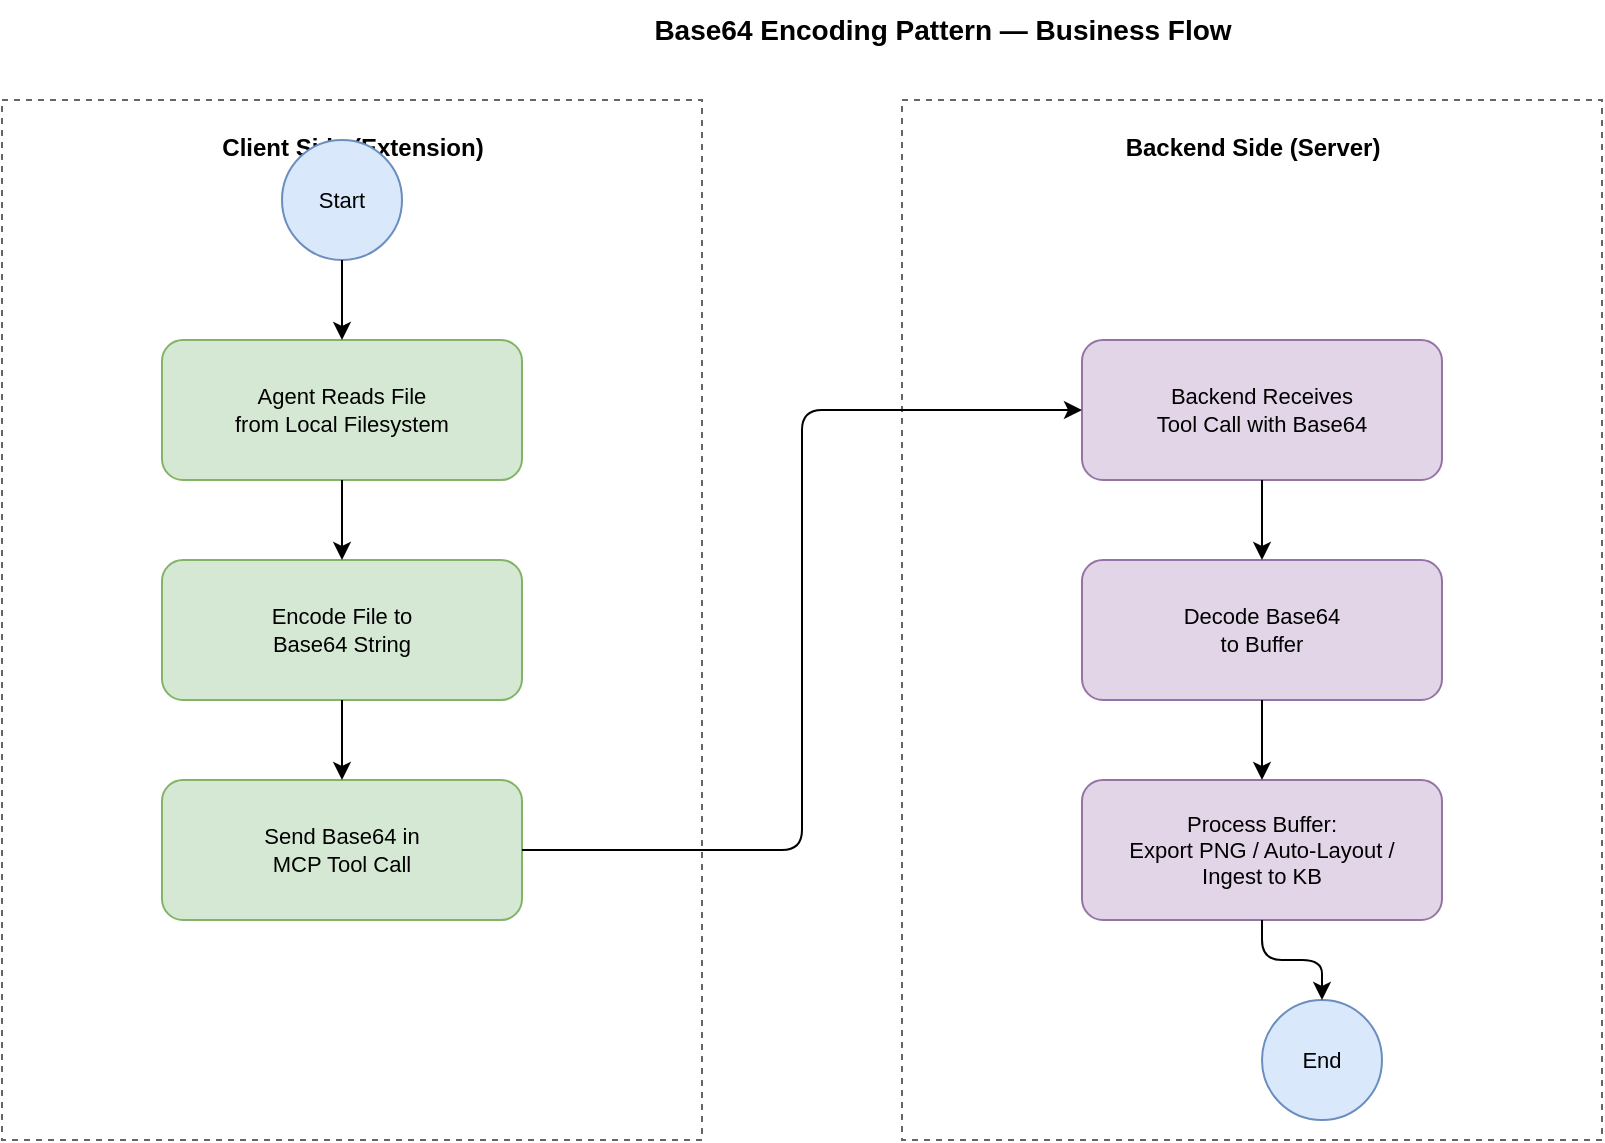
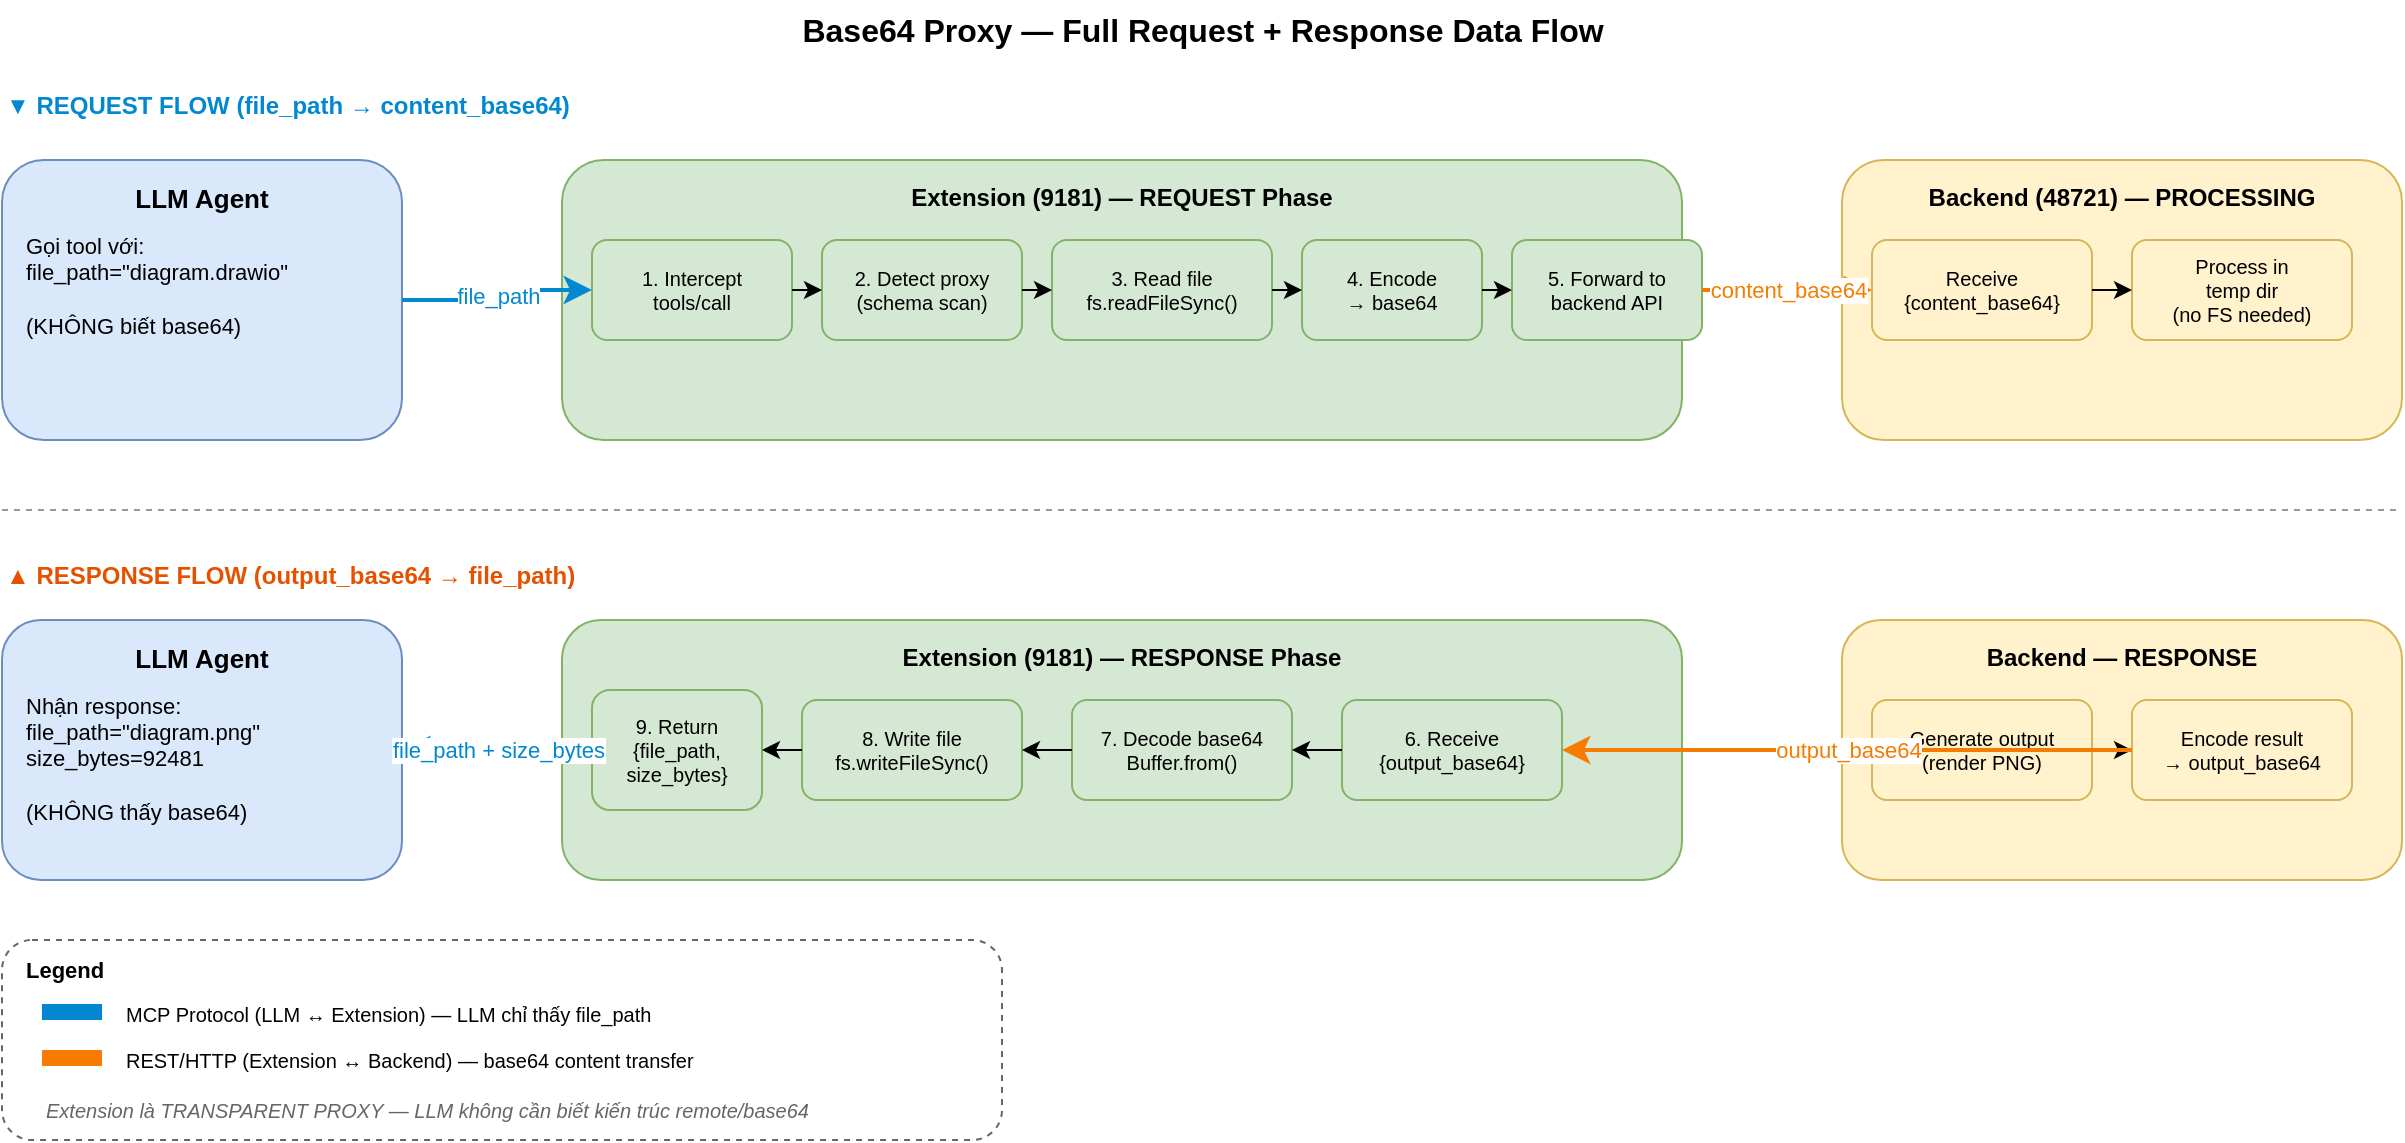
- <mxGraphModel dx="1422" dy="762" grid="1" gridSize="10" guides="1" tooltips="1" connect="1" arrows="1" fold="1" page="1" pageScale="1" pageWidth="1169" pageHeight="827" math="0" shadow="0">
+ <mxGraphModel dx="1400" dy="1000" grid="1" gridSize="10" guides="1" tooltips="1" connect="1" arrows="1" fold="1" page="1" pageScale="1" pageWidth="1600" pageHeight="1100" math="0" shadow="0">
  <root>
    <mxCell id="0" />
    <mxCell id="1" parent="0" />
-     <mxCell id="title" value="&lt;b&gt;Base64 Encoding Pattern — Business Flow&lt;/b&gt;" style="text;html=1;align=center;verticalAlign=middle;resizable=0;points=[];autosize=1;strokeColor=none;fillColor=none;fontSize=14;" vertex="1" parent="1">
-       <mxGeometry x="300" y="10" width="400" height="30" as="geometry" />
+     <mxCell id="title" value="&lt;b&gt;Base64 Proxy — Full Request + Response Data Flow&lt;/b&gt;" style="text;html=1;align=center;verticalAlign=middle;resizable=0;points=[];autosize=1;strokeColor=none;fillColor=none;fontSize=16;" vertex="1" parent="1">
+       <mxGeometry x="400" y="10" width="500" height="30" as="geometry" />
    </mxCell>
-     <mxCell id="client_boundary" value="Client Side (Extension)" style="shape=rectangle;dashed=1;fillColor=none;strokeColor=#666666;verticalAlign=top;fontStyle=1;fontSize=12;spacingTop=10;html=1;" vertex="1" parent="1">
-       <mxGeometry x="30" y="60" width="350" height="520" as="geometry" />
+     <mxCell id="phase_req" value="▼ REQUEST FLOW (file_path → content_base64)" style="text;html=1;align=left;verticalAlign=middle;strokeColor=none;fillColor=none;fontSize=12;fontStyle=1;fontColor=#0288d1;" vertex="1" parent="1">
+       <mxGeometry x="50" y="50" width="400" height="25" as="geometry" />
    </mxCell>
-     <mxCell id="backend_boundary" value="Backend Side (Server)" style="shape=rectangle;dashed=1;fillColor=none;strokeColor=#666666;verticalAlign=top;fontStyle=1;fontSize=12;spacingTop=10;html=1;" vertex="1" parent="1">
-       <mxGeometry x="480" y="60" width="350" height="520" as="geometry" />
+     <mxCell id="llm_box" value="LLM Agent" style="rounded=1;whiteSpace=wrap;html=1;fillColor=#dae8fc;strokeColor=#6c8ebf;fontStyle=1;fontSize=13;verticalAlign=top;spacingTop=5;" vertex="1" parent="1">
+       <mxGeometry x="50" y="90" width="200" height="140" as="geometry" />
    </mxCell>
-     <mxCell id="start" value="Start" style="ellipse;whiteSpace=wrap;html=1;fillColor=#dae8fc;strokeColor=#6c8ebf;fontSize=11;" vertex="1" parent="1">
-       <mxGeometry x="170" y="80" width="60" height="60" as="geometry" />
+     <mxCell id="llm_action" value="Gọi tool với:&#10;file_path=&quot;diagram.drawio&quot;&#10;&#10;(KHÔNG biết base64)" style="text;html=1;align=left;verticalAlign=top;strokeColor=none;fillColor=none;fontSize=11;spacingTop=30;" vertex="1" parent="1">
+       <mxGeometry x="60" y="90" width="180" height="130" as="geometry" />
    </mxCell>
-     <mxCell id="read_file" value="Agent Reads File&#10;from Local Filesystem" style="rounded=1;whiteSpace=wrap;html=1;fillColor=#d5e8d4;strokeColor=#82b366;fontSize=11;" vertex="1" parent="1">
-       <mxGeometry x="110" y="180" width="180" height="70" as="geometry" />
+     <mxCell id="ext_req_box" value="Extension (9181) — REQUEST Phase" style="rounded=1;whiteSpace=wrap;html=1;fillColor=#d5e8d4;strokeColor=#82b366;fontStyle=1;fontSize=12;verticalAlign=top;spacingTop=5;" vertex="1" parent="1">
+       <mxGeometry x="330" y="90" width="560" height="140" as="geometry" />
    </mxCell>
-     <mxCell id="encode_base64" value="Encode File to&#10;Base64 String" style="rounded=1;whiteSpace=wrap;html=1;fillColor=#d5e8d4;strokeColor=#82b366;fontSize=11;" vertex="1" parent="1">
-       <mxGeometry x="110" y="290" width="180" height="70" as="geometry" />
+     <mxCell id="ext_step1" value="1. Intercept&#10;tools/call" style="rounded=1;whiteSpace=wrap;html=1;fillColor=#d5e8d4;strokeColor=#82b366;fontSize=10;" vertex="1" parent="1">
+       <mxGeometry x="345" y="130" width="100" height="50" as="geometry" />
    </mxCell>
-     <mxCell id="send_tool" value="Send Base64 in&#10;MCP Tool Call" style="rounded=1;whiteSpace=wrap;html=1;fillColor=#d5e8d4;strokeColor=#82b366;fontSize=11;" vertex="1" parent="1">
-       <mxGeometry x="110" y="400" width="180" height="70" as="geometry" />
+     <mxCell id="ext_step2" value="2. Detect proxy&#10;(schema scan)" style="rounded=1;whiteSpace=wrap;html=1;fillColor=#d5e8d4;strokeColor=#82b366;fontSize=10;" vertex="1" parent="1">
+       <mxGeometry x="460" y="130" width="100" height="50" as="geometry" />
    </mxCell>
-     <mxCell id="receive_tool" value="Backend Receives&#10;Tool Call with Base64" style="rounded=1;whiteSpace=wrap;html=1;fillColor=#e1d5e7;strokeColor=#9673a6;fontSize=11;" vertex="1" parent="1">
-       <mxGeometry x="570" y="180" width="180" height="70" as="geometry" />
+     <mxCell id="ext_step3" value="3. Read file&#10;fs.readFileSync()" style="rounded=1;whiteSpace=wrap;html=1;fillColor=#d5e8d4;strokeColor=#82b366;fontSize=10;" vertex="1" parent="1">
+       <mxGeometry x="575" y="130" width="110" height="50" as="geometry" />
    </mxCell>
-     <mxCell id="decode_base64" value="Decode Base64&#10;to Buffer" style="rounded=1;whiteSpace=wrap;html=1;fillColor=#e1d5e7;strokeColor=#9673a6;fontSize=11;" vertex="1" parent="1">
-       <mxGeometry x="570" y="290" width="180" height="70" as="geometry" />
+     <mxCell id="ext_step4" value="4. Encode&#10;→ base64" style="rounded=1;whiteSpace=wrap;html=1;fillColor=#d5e8d4;strokeColor=#82b366;fontSize=10;" vertex="1" parent="1">
+       <mxGeometry x="700" y="130" width="90" height="50" as="geometry" />
    </mxCell>
-     <mxCell id="process_file" value="Process Buffer:&#10;Export PNG / Auto-Layout /&#10;Ingest to KB" style="rounded=1;whiteSpace=wrap;html=1;fillColor=#e1d5e7;strokeColor=#9673a6;fontSize=11;" vertex="1" parent="1">
-       <mxGeometry x="570" y="400" width="180" height="70" as="geometry" />
+     <mxCell id="ext_step5" value="5. Forward to&#10;backend API" style="rounded=1;whiteSpace=wrap;html=1;fillColor=#d5e8d4;strokeColor=#82b366;fontSize=10;" vertex="1" parent="1">
+       <mxGeometry x="805" y="130" width="95" height="50" as="geometry" />
    </mxCell>
-     <mxCell id="end" value="End" style="ellipse;whiteSpace=wrap;html=1;fillColor=#dae8fc;strokeColor=#6c8ebf;fontSize=11;" vertex="1" parent="1">
-       <mxGeometry x="660" y="510" width="60" height="60" as="geometry" />
+     <mxCell id="be_req_box" value="Backend (48721) — PROCESSING" style="rounded=1;whiteSpace=wrap;html=1;fillColor=#fff2cc;strokeColor=#d6b656;fontStyle=1;fontSize=12;verticalAlign=top;spacingTop=5;" vertex="1" parent="1">
+       <mxGeometry x="970" y="90" width="280" height="140" as="geometry" />
    </mxCell>
-     <mxCell id="e_start_read" style="edgeStyle=orthogonalEdgeStyle;rounded=1;html=1;endArrow=classic;endSize=6;exitX=0.5;exitY=1;entryX=0.5;entryY=0;" edge="1" source="start" target="read_file" parent="1">
+     <mxCell id="be_step1" value="Receive&#10;{content_base64}" style="rounded=1;whiteSpace=wrap;html=1;fillColor=#fff2cc;strokeColor=#d6b656;fontSize=10;" vertex="1" parent="1">
+       <mxGeometry x="985" y="130" width="110" height="50" as="geometry" />
+     </mxCell>
+     <mxCell id="be_step2" value="Process in&#10;temp dir&#10;(no FS needed)" style="rounded=1;whiteSpace=wrap;html=1;fillColor=#fff2cc;strokeColor=#d6b656;fontSize=10;" vertex="1" parent="1">
+       <mxGeometry x="1115" y="130" width="110" height="50" as="geometry" />
+     </mxCell>
+     <mxCell id="e_llm_ext" value="file_path" source="llm_box" target="ext_step1" style="edgeStyle=orthogonalEdgeStyle;rounded=1;html=1;endArrow=classic;endSize=8;strokeColor=#0288d1;fontColor=#0288d1;strokeWidth=2;fontSize=11;labelBackgroundColor=#ffffff;" edge="1" parent="1">
      <mxGeometry relative="1" as="geometry" />
    </mxCell>
-     <mxCell id="e_read_encode" style="edgeStyle=orthogonalEdgeStyle;rounded=1;html=1;endArrow=classic;endSize=6;exitX=0.5;exitY=1;entryX=0.5;entryY=0;" edge="1" source="read_file" target="encode_base64" parent="1">
+     <mxCell id="e_r1" source="ext_step1" target="ext_step2" style="edgeStyle=orthogonalEdgeStyle;rounded=1;html=1;endArrow=classic;endSize=6;" edge="1" parent="1">
      <mxGeometry relative="1" as="geometry" />
    </mxCell>
-     <mxCell id="e_encode_send" style="edgeStyle=orthogonalEdgeStyle;rounded=1;html=1;endArrow=classic;endSize=6;exitX=0.5;exitY=1;entryX=0.5;entryY=0;" edge="1" source="encode_base64" target="send_tool" parent="1">
+     <mxCell id="e_r2" source="ext_step2" target="ext_step3" style="edgeStyle=orthogonalEdgeStyle;rounded=1;html=1;endArrow=classic;endSize=6;" edge="1" parent="1">
      <mxGeometry relative="1" as="geometry" />
    </mxCell>
-     <mxCell id="e_send_receive" style="edgeStyle=orthogonalEdgeStyle;rounded=1;html=1;endArrow=classic;endSize=6;exitX=1;exitY=0.5;entryX=0;entryY=0.5;" edge="1" source="send_tool" target="receive_tool" parent="1">
+     <mxCell id="e_r3" source="ext_step3" target="ext_step4" style="edgeStyle=orthogonalEdgeStyle;rounded=1;html=1;endArrow=classic;endSize=6;" edge="1" parent="1">
      <mxGeometry relative="1" as="geometry" />
    </mxCell>
-     <mxCell id="e_receive_decode" style="edgeStyle=orthogonalEdgeStyle;rounded=1;html=1;endArrow=classic;endSize=6;exitX=0.5;exitY=1;entryX=0.5;entryY=0;" edge="1" source="receive_tool" target="decode_base64" parent="1">
+     <mxCell id="e_r4" source="ext_step4" target="ext_step5" style="edgeStyle=orthogonalEdgeStyle;rounded=1;html=1;endArrow=classic;endSize=6;" edge="1" parent="1">
      <mxGeometry relative="1" as="geometry" />
    </mxCell>
-     <mxCell id="e_decode_process" style="edgeStyle=orthogonalEdgeStyle;rounded=1;html=1;endArrow=classic;endSize=6;exitX=0.5;exitY=1;entryX=0.5;entryY=0;" edge="1" source="decode_base64" target="process_file" parent="1">
+     <mxCell id="e_ext_be" value="content_base64" source="ext_step5" target="be_step1" style="edgeStyle=orthogonalEdgeStyle;rounded=1;html=1;endArrow=classic;endSize=8;strokeColor=#f57c00;fontColor=#f57c00;strokeWidth=2;fontSize=11;labelBackgroundColor=#ffffff;" edge="1" parent="1">
      <mxGeometry relative="1" as="geometry" />
    </mxCell>
-     <mxCell id="e_process_end" style="edgeStyle=orthogonalEdgeStyle;rounded=1;html=1;endArrow=classic;endSize=6;exitX=0.5;exitY=1;entryX=0.5;entryY=0;" edge="1" source="process_file" target="end" parent="1">
+     <mxCell id="e_be12" source="be_step1" target="be_step2" style="edgeStyle=orthogonalEdgeStyle;rounded=1;html=1;endArrow=classic;endSize=6;" edge="1" parent="1">
      <mxGeometry relative="1" as="geometry" />
+     </mxCell>
+     <mxCell id="separator" value="" style="line;strokeColor=#999999;strokeWidth=1;dashed=1;" vertex="1" parent="1">
+       <mxGeometry x="50" y="260" width="1200" height="10" as="geometry" />
+     </mxCell>
+     <mxCell id="phase_resp" value="▲ RESPONSE FLOW (output_base64 → file_path)" style="text;html=1;align=left;verticalAlign=middle;strokeColor=none;fillColor=none;fontSize=12;fontStyle=1;fontColor=#e65100;" vertex="1" parent="1">
+       <mxGeometry x="50" y="285" width="400" height="25" as="geometry" />
+     </mxCell>
+     <mxCell id="be_resp_box" value="Backend — RESPONSE" style="rounded=1;whiteSpace=wrap;html=1;fillColor=#fff2cc;strokeColor=#d6b656;fontStyle=1;fontSize=12;verticalAlign=top;spacingTop=5;" vertex="1" parent="1">
+       <mxGeometry x="970" y="320" width="280" height="130" as="geometry" />
+     </mxCell>
+     <mxCell id="be_resp1" value="Generate output&#10;(render PNG)" style="rounded=1;whiteSpace=wrap;html=1;fillColor=#fff2cc;strokeColor=#d6b656;fontSize=10;" vertex="1" parent="1">
+       <mxGeometry x="985" y="360" width="110" height="50" as="geometry" />
+     </mxCell>
+     <mxCell id="be_resp2" value="Encode result&#10;→ output_base64" style="rounded=1;whiteSpace=wrap;html=1;fillColor=#fff2cc;strokeColor=#d6b656;fontSize=10;" vertex="1" parent="1">
+       <mxGeometry x="1115" y="360" width="110" height="50" as="geometry" />
+     </mxCell>
+     <mxCell id="ext_resp_box" value="Extension (9181) — RESPONSE Phase" style="rounded=1;whiteSpace=wrap;html=1;fillColor=#d5e8d4;strokeColor=#82b366;fontStyle=1;fontSize=12;verticalAlign=top;spacingTop=5;" vertex="1" parent="1">
+       <mxGeometry x="330" y="320" width="560" height="130" as="geometry" />
+     </mxCell>
+     <mxCell id="ext_resp1" value="6. Receive&#10;{output_base64}" style="rounded=1;whiteSpace=wrap;html=1;fillColor=#d5e8d4;strokeColor=#82b366;fontSize=10;" vertex="1" parent="1">
+       <mxGeometry x="720" y="360" width="110" height="50" as="geometry" />
+     </mxCell>
+     <mxCell id="ext_resp2" value="7. Decode base64&#10;Buffer.from()" style="rounded=1;whiteSpace=wrap;html=1;fillColor=#d5e8d4;strokeColor=#82b366;fontSize=10;" vertex="1" parent="1">
+       <mxGeometry x="585" y="360" width="110" height="50" as="geometry" />
+     </mxCell>
+     <mxCell id="ext_resp3" value="8. Write file&#10;fs.writeFileSync()" style="rounded=1;whiteSpace=wrap;html=1;fillColor=#d5e8d4;strokeColor=#82b366;fontSize=10;" vertex="1" parent="1">
+       <mxGeometry x="450" y="360" width="110" height="50" as="geometry" />
+     </mxCell>
+     <mxCell id="ext_resp4" value="9. Return&#10;{file_path,&#10;size_bytes}" style="rounded=1;whiteSpace=wrap;html=1;fillColor=#d5e8d4;strokeColor=#82b366;fontSize=10;" vertex="1" parent="1">
+       <mxGeometry x="345" y="355" width="85" height="60" as="geometry" />
+     </mxCell>
+     <mxCell id="llm_resp_box" value="LLM Agent" style="rounded=1;whiteSpace=wrap;html=1;fillColor=#dae8fc;strokeColor=#6c8ebf;fontStyle=1;fontSize=13;verticalAlign=top;spacingTop=5;" vertex="1" parent="1">
+       <mxGeometry x="50" y="320" width="200" height="130" as="geometry" />
+     </mxCell>
+     <mxCell id="llm_resp_text" value="Nhận response:&#10;file_path=&quot;diagram.png&quot;&#10;size_bytes=92481&#10;&#10;(KHÔNG thấy base64)" style="text;html=1;align=left;verticalAlign=top;strokeColor=none;fillColor=none;fontSize=11;spacingTop=30;" vertex="1" parent="1">
+       <mxGeometry x="60" y="320" width="180" height="120" as="geometry" />
+     </mxCell>
+     <mxCell id="e_be_resp" source="be_resp1" target="be_resp2" style="edgeStyle=orthogonalEdgeStyle;rounded=1;html=1;endArrow=classic;endSize=6;" edge="1" parent="1">
+       <mxGeometry relative="1" as="geometry" />
+     </mxCell>
+     <mxCell id="e_be_ext_resp" value="output_base64" source="be_resp2" target="ext_resp1" style="edgeStyle=orthogonalEdgeStyle;rounded=1;html=1;endArrow=classic;endSize=8;strokeColor=#f57c00;fontColor=#f57c00;strokeWidth=2;fontSize=11;labelBackgroundColor=#ffffff;" edge="1" parent="1">
+       <mxGeometry relative="1" as="geometry" />
+     </mxCell>
+     <mxCell id="e_resp1" source="ext_resp1" target="ext_resp2" style="edgeStyle=orthogonalEdgeStyle;rounded=1;html=1;endArrow=classic;endSize=6;" edge="1" parent="1">
+       <mxGeometry relative="1" as="geometry" />
+     </mxCell>
+     <mxCell id="e_resp2" source="ext_resp2" target="ext_resp3" style="edgeStyle=orthogonalEdgeStyle;rounded=1;html=1;endArrow=classic;endSize=6;" edge="1" parent="1">
+       <mxGeometry relative="1" as="geometry" />
+     </mxCell>
+     <mxCell id="e_resp3" source="ext_resp3" target="ext_resp4" style="edgeStyle=orthogonalEdgeStyle;rounded=1;html=1;endArrow=classic;endSize=6;" edge="1" parent="1">
+       <mxGeometry relative="1" as="geometry" />
+     </mxCell>
+     <mxCell id="e_ext_llm_resp" value="file_path + size_bytes" source="ext_resp4" target="llm_resp_box" style="edgeStyle=orthogonalEdgeStyle;rounded=1;html=1;endArrow=classic;endSize=8;strokeColor=#0288d1;fontColor=#0288d1;strokeWidth=2;fontSize=11;labelBackgroundColor=#ffffff;" edge="1" parent="1">
+       <mxGeometry relative="1" as="geometry" />
+     </mxCell>
+     <mxCell id="legend_box" value="" style="rounded=1;whiteSpace=wrap;html=1;fillColor=none;strokeColor=#666666;dashed=1;" vertex="1" parent="1">
+       <mxGeometry x="50" y="480" width="500" height="100" as="geometry" />
+     </mxCell>
+     <mxCell id="legend_title" value="&lt;b&gt;Legend&lt;/b&gt;" style="text;html=1;align=left;verticalAlign=middle;strokeColor=none;fillColor=none;fontSize=11;" vertex="1" parent="1">
+       <mxGeometry x="60" y="485" width="80" height="20" as="geometry" />
+     </mxCell>
+     <mxCell id="leg_blue" value="" style="rounded=0;whiteSpace=wrap;html=1;fillColor=#0288d1;strokeColor=none;" vertex="1" parent="1">
+       <mxGeometry x="70" y="512" width="30" height="8" as="geometry" />
+     </mxCell>
+     <mxCell id="leg_blue_t" value="MCP Protocol (LLM ↔ Extension) — LLM chỉ thấy file_path" style="text;html=1;align=left;verticalAlign=middle;strokeColor=none;fillColor=none;fontSize=10;" vertex="1" parent="1">
+       <mxGeometry x="110" y="507" width="350" height="20" as="geometry" />
+     </mxCell>
+     <mxCell id="leg_orange" value="" style="rounded=0;whiteSpace=wrap;html=1;fillColor=#f57c00;strokeColor=none;" vertex="1" parent="1">
+       <mxGeometry x="70" y="535" width="30" height="8" as="geometry" />
+     </mxCell>
+     <mxCell id="leg_orange_t" value="REST/HTTP (Extension ↔ Backend) — base64 content transfer" style="text;html=1;align=left;verticalAlign=middle;strokeColor=none;fillColor=none;fontSize=10;" vertex="1" parent="1">
+       <mxGeometry x="110" y="530" width="380" height="20" as="geometry" />
+     </mxCell>
+     <mxCell id="leg_note" value="Extension là TRANSPARENT PROXY — LLM không cần biết kiến trúc remote/base64" style="text;html=1;align=left;verticalAlign=middle;strokeColor=none;fillColor=none;fontSize=10;fontStyle=2;fontColor=#666666;" vertex="1" parent="1">
+       <mxGeometry x="70" y="555" width="460" height="20" as="geometry" />
    </mxCell>
  </root>
</mxGraphModel>
